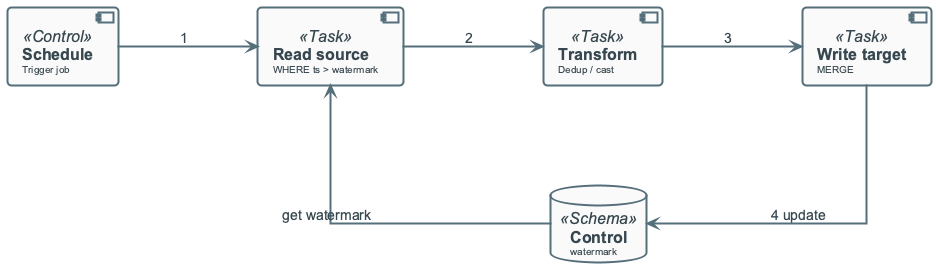
OrPerets/data-engineering-course keeps this PlantUML diagram as diagrams/week04/week4_lecture_slide22_execution_flow.png. Above is the earlier version. Source of this version:
```plantuml
@startuml

!include ../_template_styles.puml

top to bottom direction

component "**Schedule**\n<size:10>Trigger job</size>" as TRIGGER1 <<Control>>

component "**Read source**\n<size:10>WHERE ts > watermark</size>" as READ1 <<Task>>

component "**Transform**\n<size:10>Dedup / cast</size>" as TRANSFORM_STEP <<Task>>

component "**Write target**\n<size:10>MERGE</size>" as WRITE1 <<Task>>

database "**Control**\n<size:10>watermark</size>" as STATE1 <<Schema>>

TRIGGER1 -right-> READ1 : "1"
READ1 -right-> TRANSFORM_STEP : "2"
TRANSFORM_STEP -right-> WRITE1 : "3"
WRITE1 -down-> STATE1 : "4 update"
STATE1 -up-> READ1 : "get watermark"

@enduml
```
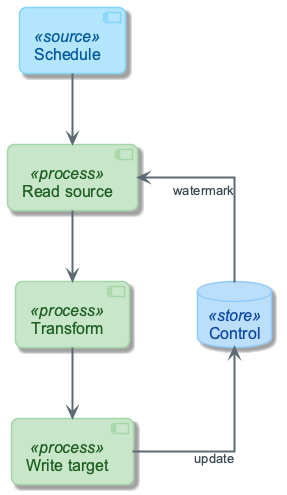
The same diagram one commit later.

The edit, as a diff of the source:
```diff
@@ -1,23 +1,21 @@
 @startuml
+!include ../_template_styles.puml
+!include _week4_visual_style.puml
 
-!include ../_template_styles.puml
+left to right direction
+skinparam nodesep 70
+skinparam ranksep 60
 
-top to bottom direction
+component "Schedule" as TRIGGER <<source>>
+component "Read source" as READ <<process>>
+component "Transform" as TRANSFORM <<process>>
+component "Write target" as WRITE <<process>>
+database "Control" as STATE <<store>>
 
-component "**Schedule**\n<size:10>Trigger job</size>" as TRIGGER1 <<Control>>
-
-component "**Read source**\n<size:10>WHERE ts > watermark</size>" as READ1 <<Task>>
-
-component "**Transform**\n<size:10>Dedup / cast</size>" as TRANSFORM_STEP <<Task>>
-
-component "**Write target**\n<size:10>MERGE</size>" as WRITE1 <<Task>>
-
-database "**Control**\n<size:10>watermark</size>" as STATE1 <<Schema>>
-
-TRIGGER1 -right-> READ1 : "1"
-READ1 -right-> TRANSFORM_STEP : "2"
-TRANSFORM_STEP -right-> WRITE1 : "3"
-WRITE1 -down-> STATE1 : "4 update"
-STATE1 -up-> READ1 : "get watermark"
+TRIGGER -right-> READ
+READ -right-> TRANSFORM
+TRANSFORM -right-> WRITE
+WRITE -down-> STATE : update
+STATE -up-> READ : watermark
 
 @enduml
```
